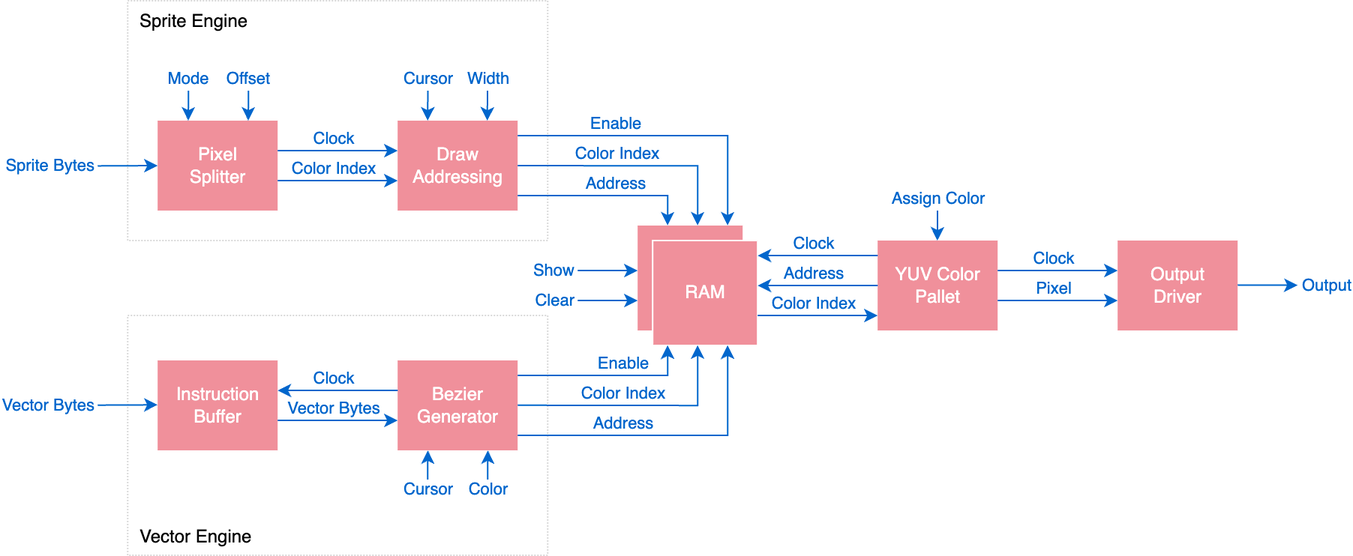
This is source/fpga/docs/graphics-pipeline-architecture.drawio.png from brilliantlabsAR/frame-codebase, a draw.io export, as it was before one commit. Source tidied: cells renumbered, new cells last; positions are measured from the earlier drawing's top-left corner, leaving out a move shared by most shapes. Its diagram source:
```xml
<mxGraphModel>
  <root>
    <mxCell id="0" />
    <mxCell id="1" parent="0" />
    <mxCell id="2" value="Vector Engine" style="rounded=0;whiteSpace=wrap;html=1;strokeColor=#D9D9D9;dashed=1;dashPattern=1 1;verticalAlign=bottom;align=left;spacingLeft=6;spacingBottom=3;" parent="1" vertex="1">
      <mxGeometry x="19.6" y="210" width="280" height="160" as="geometry" />
    </mxCell>
    <mxCell id="3" value="Sprite Engine" style="rounded=0;whiteSpace=wrap;html=1;strokeColor=#D9D9D9;dashed=1;dashPattern=1 1;verticalAlign=top;align=left;spacingLeft=6;" parent="1" vertex="1">
      <mxGeometry x="19.6" width="280" height="160" as="geometry" />
    </mxCell>
    <mxCell id="4" value="Pixel&lt;br&gt;Splitter" style="rounded=0;whiteSpace=wrap;html=1;fillColor=#F0909B;strokeColor=none;fontColor=#FFFFFF;" parent="1" vertex="1">
      <mxGeometry x="39.6" y="80" width="80" height="60" as="geometry" />
    </mxCell>
    <mxCell id="5" value="YUV Color&lt;br&gt;Pallet" style="rounded=0;whiteSpace=wrap;html=1;fillColor=#F0909B;strokeColor=none;fontColor=#FFFFFF;" parent="1" vertex="1">
      <mxGeometry x="519.6" y="160" width="80" height="60" as="geometry" />
    </mxCell>
    <mxCell id="6" value="Draw&lt;br&gt;Addressing" style="rounded=0;whiteSpace=wrap;html=1;fillColor=#F0909B;strokeColor=none;fontColor=#FFFFFF;" parent="1" vertex="1">
      <mxGeometry x="199.6" y="80" width="80" height="60" as="geometry" />
    </mxCell>
    <mxCell id="7" style="endArrow=classic;html=1;rounded=0;fontColor=none;noLabel=1;labelBackgroundColor=none;strokeColor=#0066CC;" parent="1" edge="1">
      <mxGeometry relative="1" as="geometry">
        <mxPoint x="60.2" y="60" as="sourcePoint" />
        <mxPoint x="60" y="80" as="targetPoint" />
      </mxGeometry>
    </mxCell>
    <mxCell id="8" value="Mode" style="edgeLabel;html=1;align=center;verticalAlign=bottom;labelBackgroundColor=default;fontColor=#0066CC;" parent="7" vertex="1">
      <mxGeometry x="0.02" y="1" relative="1" as="geometry">
        <mxPoint x="-1" y="-10" as="offset" />
      </mxGeometry>
    </mxCell>
    <mxCell id="9" style="endArrow=classic;html=1;rounded=0;fontColor=none;noLabel=1;labelBackgroundColor=none;strokeColor=#0066CC;" parent="1" edge="1">
      <mxGeometry relative="1" as="geometry">
        <mxPoint x="119.6" y="120" as="sourcePoint" />
        <mxPoint x="199.6" y="120" as="targetPoint" />
      </mxGeometry>
    </mxCell>
    <mxCell id="10" value="Color Index" style="edgeLabel;html=1;align=center;verticalAlign=bottom;labelBackgroundColor=default;fontColor=#0066CC;" parent="9" vertex="1">
      <mxGeometry x="0.02" y="1" relative="1" as="geometry">
        <mxPoint x="-3" y="1" as="offset" />
      </mxGeometry>
    </mxCell>
    <mxCell id="11" style="endArrow=classic;html=1;rounded=0;fontColor=none;noLabel=1;labelBackgroundColor=none;strokeColor=#0066CC;" parent="1" edge="1">
      <mxGeometry relative="1" as="geometry">
        <mxPoint x="119.6" y="100" as="sourcePoint" />
        <mxPoint x="199.6" y="100" as="targetPoint" />
      </mxGeometry>
    </mxCell>
    <mxCell id="12" value="Clock" style="edgeLabel;html=1;align=center;verticalAlign=bottom;labelBackgroundColor=default;fontColor=#0066CC;" parent="11" vertex="1">
      <mxGeometry x="0.02" y="1" relative="1" as="geometry">
        <mxPoint x="-3" y="1" as="offset" />
      </mxGeometry>
    </mxCell>
    <mxCell id="13" style="endArrow=classic;html=1;rounded=0;fontColor=none;noLabel=1;labelBackgroundColor=none;strokeColor=#0066CC;" parent="1" edge="1">
      <mxGeometry relative="1" as="geometry">
        <mxPoint x="219.8" y="60" as="sourcePoint" />
        <mxPoint x="219.6" y="80" as="targetPoint" />
      </mxGeometry>
    </mxCell>
    <mxCell id="14" value="Cursor" style="edgeLabel;html=1;align=center;verticalAlign=bottom;labelBackgroundColor=default;fontColor=#0066CC;" parent="13" vertex="1">
      <mxGeometry x="0.02" y="1" relative="1" as="geometry">
        <mxPoint x="-1" y="-10" as="offset" />
      </mxGeometry>
    </mxCell>
    <mxCell id="15" style="endArrow=classic;html=1;rounded=0;fontColor=none;noLabel=1;labelBackgroundColor=none;strokeColor=#0066CC;" parent="1" edge="1">
      <mxGeometry relative="1" as="geometry">
        <mxPoint x="259.5" y="60" as="sourcePoint" />
        <mxPoint x="259.4" y="80" as="targetPoint" />
      </mxGeometry>
    </mxCell>
    <mxCell id="16" value="Width" style="edgeLabel;html=1;align=center;verticalAlign=bottom;labelBackgroundColor=default;fontColor=#0066CC;" parent="15" vertex="1">
      <mxGeometry x="0.02" y="1" relative="1" as="geometry">
        <mxPoint x="-1" y="-10" as="offset" />
      </mxGeometry>
    </mxCell>
    <mxCell id="17" style="endArrow=classic;html=1;rounded=0;fontColor=none;noLabel=1;labelBackgroundColor=none;strokeColor=#0066CC;" parent="1" edge="1">
      <mxGeometry relative="1" as="geometry">
        <mxPoint x="279.6" y="130" as="sourcePoint" />
        <mxPoint x="379.6" y="150" as="targetPoint" />
        <Array as="points">
          <mxPoint x="379.6" y="130" />
        </Array>
      </mxGeometry>
    </mxCell>
    <mxCell id="18" value="Address" style="edgeLabel;html=1;align=center;verticalAlign=bottom;labelBackgroundColor=default;fontColor=#0066CC;" parent="17" vertex="1">
      <mxGeometry x="0.02" y="1" relative="1" as="geometry">
        <mxPoint x="4" y="1" as="offset" />
      </mxGeometry>
    </mxCell>
    <mxCell id="19" style="endArrow=classic;html=1;rounded=0;fontColor=none;noLabel=1;labelBackgroundColor=none;strokeColor=#0066CC;" parent="1" edge="1">
      <mxGeometry relative="1" as="geometry">
        <mxPoint x="279.6" y="110" as="sourcePoint" />
        <mxPoint x="399.6" y="150" as="targetPoint" />
        <Array as="points">
          <mxPoint x="399.6" y="110.2" />
        </Array>
      </mxGeometry>
    </mxCell>
    <mxCell id="20" value="Color Index" style="edgeLabel;html=1;align=center;verticalAlign=bottom;labelBackgroundColor=default;fontColor=#0066CC;" parent="19" vertex="1">
      <mxGeometry x="0.02" y="1" relative="1" as="geometry">
        <mxPoint x="-16" y="1" as="offset" />
      </mxGeometry>
    </mxCell>
    <mxCell id="21" style="endArrow=classic;html=1;rounded=0;fontColor=none;noLabel=1;labelBackgroundColor=none;strokeColor=#0066CC;" parent="1" edge="1">
      <mxGeometry relative="1" as="geometry">
        <mxPoint x="279.6" y="90" as="sourcePoint" />
        <mxPoint x="419.6" y="150" as="targetPoint" />
        <Array as="points">
          <mxPoint x="419.6" y="90" />
        </Array>
      </mxGeometry>
    </mxCell>
    <mxCell id="22" value="Enable" style="edgeLabel;html=1;align=center;verticalAlign=bottom;labelBackgroundColor=default;fontColor=#0066CC;" parent="21" vertex="1">
      <mxGeometry x="0.02" y="1" relative="1" as="geometry">
        <mxPoint x="-37" y="1" as="offset" />
      </mxGeometry>
    </mxCell>
    <mxCell id="23" style="rounded=0;whiteSpace=wrap;html=1;fillColor=#F0909B;strokeColor=none;fontColor=#FFFFFF;" parent="1" vertex="1">
      <mxGeometry x="359.6" y="150" width="70" height="70" as="geometry" />
    </mxCell>
    <mxCell id="24" value="RAM" style="rounded=0;whiteSpace=wrap;html=1;fillColor=#F0909B;strokeColor=#FFFFFF;fontColor=#FFFFFF;labelBorderColor=none;" parent="1" vertex="1">
      <mxGeometry x="369.6" y="160" width="70" height="70" as="geometry" />
    </mxCell>
    <mxCell id="25" style="endArrow=none;html=1;rounded=0;fontColor=none;noLabel=1;labelBackgroundColor=none;strokeColor=#0066CC;startArrow=classic;startFill=1;endFill=0;" parent="1" edge="1">
      <mxGeometry relative="1" as="geometry">
        <mxPoint x="439.6" y="170" as="sourcePoint" />
        <mxPoint x="519.6" y="170" as="targetPoint" />
      </mxGeometry>
    </mxCell>
    <mxCell id="26" value="Clock" style="edgeLabel;html=1;align=center;verticalAlign=bottom;labelBackgroundColor=default;fontColor=#0066CC;" parent="25" vertex="1">
      <mxGeometry x="0.02" y="1" relative="1" as="geometry">
        <mxPoint x="-3" y="1" as="offset" />
      </mxGeometry>
    </mxCell>
    <mxCell id="27" style="endArrow=classic;html=1;rounded=0;fontColor=none;noLabel=1;labelBackgroundColor=none;strokeColor=#0066CC;" parent="1" edge="1">
      <mxGeometry relative="1" as="geometry">
        <mxPoint x="439.6" y="210" as="sourcePoint" />
        <mxPoint x="519.6" y="210" as="targetPoint" />
      </mxGeometry>
    </mxCell>
    <mxCell id="28" value="Color Index" style="edgeLabel;html=1;align=center;verticalAlign=bottom;labelBackgroundColor=default;fontColor=#0066CC;" parent="27" vertex="1">
      <mxGeometry x="0.02" y="1" relative="1" as="geometry">
        <mxPoint x="-3" y="1" as="offset" />
      </mxGeometry>
    </mxCell>
    <mxCell id="29" style="endArrow=none;html=1;rounded=0;fontColor=none;noLabel=1;labelBackgroundColor=none;strokeColor=#0066CC;endFill=0;startArrow=classic;startFill=1;" parent="1" edge="1">
      <mxGeometry relative="1" as="geometry">
        <mxPoint x="439.6" y="190" as="sourcePoint" />
        <mxPoint x="519.6" y="190" as="targetPoint" />
      </mxGeometry>
    </mxCell>
    <mxCell id="30" value="Address" style="edgeLabel;html=1;align=center;verticalAlign=bottom;labelBackgroundColor=default;fontColor=#0066CC;" parent="29" vertex="1">
      <mxGeometry x="0.02" y="1" relative="1" as="geometry">
        <mxPoint x="-3" y="1" as="offset" />
      </mxGeometry>
    </mxCell>
    <mxCell id="31" value="Output&lt;br&gt;Driver" style="rounded=0;whiteSpace=wrap;html=1;fillColor=#F0909B;strokeColor=none;fontColor=#FFFFFF;" parent="1" vertex="1">
      <mxGeometry x="679.6" y="160" width="80" height="60" as="geometry" />
    </mxCell>
    <mxCell id="32" style="endArrow=classic;html=1;rounded=0;fontColor=none;noLabel=1;labelBackgroundColor=none;strokeColor=#0066CC;" parent="1" edge="1">
      <mxGeometry relative="1" as="geometry">
        <mxPoint x="599.6" y="180" as="sourcePoint" />
        <mxPoint x="679.6" y="180" as="targetPoint" />
      </mxGeometry>
    </mxCell>
    <mxCell id="33" value="Clock" style="edgeLabel;html=1;align=center;verticalAlign=bottom;labelBackgroundColor=default;fontColor=#0066CC;" parent="32" vertex="1">
      <mxGeometry x="0.02" y="1" relative="1" as="geometry">
        <mxPoint x="-3" y="1" as="offset" />
      </mxGeometry>
    </mxCell>
    <mxCell id="34" style="endArrow=classic;html=1;rounded=0;fontColor=none;noLabel=1;labelBackgroundColor=none;strokeColor=#0066CC;" parent="1" edge="1">
      <mxGeometry relative="1" as="geometry">
        <mxPoint x="599.6" y="200" as="sourcePoint" />
        <mxPoint x="679.6" y="200" as="targetPoint" />
      </mxGeometry>
    </mxCell>
    <mxCell id="35" value="Pixel" style="edgeLabel;html=1;align=center;verticalAlign=bottom;labelBackgroundColor=default;fontColor=#0066CC;" parent="34" vertex="1">
      <mxGeometry x="0.02" y="1" relative="1" as="geometry">
        <mxPoint x="-3" y="1" as="offset" />
      </mxGeometry>
    </mxCell>
    <mxCell id="36" style="endArrow=classic;html=1;rounded=0;fontColor=none;noLabel=1;labelBackgroundColor=none;strokeColor=#0066CC;" parent="1" edge="1">
      <mxGeometry relative="1" as="geometry">
        <mxPoint x="559.6" y="140" as="sourcePoint" />
        <mxPoint x="559.4" y="160" as="targetPoint" />
      </mxGeometry>
    </mxCell>
    <mxCell id="37" value="Assign Color" style="edgeLabel;html=1;align=center;verticalAlign=bottom;labelBackgroundColor=default;fontColor=#0066CC;" parent="36" vertex="1">
      <mxGeometry x="0.02" y="1" relative="1" as="geometry">
        <mxPoint x="-1" y="-10" as="offset" />
      </mxGeometry>
    </mxCell>
    <mxCell id="38" value="Instruction&lt;br&gt;Buffer" style="rounded=0;whiteSpace=wrap;html=1;fillColor=#F0909B;strokeColor=none;fontColor=#FFFFFF;" parent="1" vertex="1">
      <mxGeometry x="39.6" y="240" width="80" height="60" as="geometry" />
    </mxCell>
    <mxCell id="39" value="Bezier&lt;br&gt;Generator" style="rounded=0;whiteSpace=wrap;html=1;fillColor=#F0909B;strokeColor=none;fontColor=#FFFFFF;" parent="1" vertex="1">
      <mxGeometry x="199.6" y="240" width="80" height="60" as="geometry" />
    </mxCell>
    <mxCell id="40" style="endArrow=classic;html=1;rounded=0;fontColor=none;noLabel=1;labelBackgroundColor=none;strokeColor=#0066CC;" parent="1" edge="1">
      <mxGeometry relative="1" as="geometry">
        <mxPoint x="319.6" y="180" as="sourcePoint" />
        <mxPoint x="359.6" y="180" as="targetPoint" />
      </mxGeometry>
    </mxCell>
    <mxCell id="41" value="Show" style="edgeLabel;html=1;align=right;verticalAlign=middle;labelBackgroundColor=default;fontColor=#0066CC;" parent="40" vertex="1">
      <mxGeometry x="0.02" y="1" relative="1" as="geometry">
        <mxPoint x="-22" y="1" as="offset" />
      </mxGeometry>
    </mxCell>
    <mxCell id="42" style="endArrow=classic;html=1;rounded=0;fontColor=none;noLabel=1;labelBackgroundColor=none;strokeColor=#0066CC;" parent="1" edge="1">
      <mxGeometry relative="1" as="geometry">
        <mxPoint x="319.6" y="200" as="sourcePoint" />
        <mxPoint x="359.6" y="200" as="targetPoint" />
      </mxGeometry>
    </mxCell>
    <mxCell id="43" value="Clear" style="edgeLabel;html=1;align=right;verticalAlign=middle;labelBackgroundColor=default;fontColor=#0066CC;" parent="42" vertex="1">
      <mxGeometry x="0.02" y="1" relative="1" as="geometry">
        <mxPoint x="-22" y="1" as="offset" />
      </mxGeometry>
    </mxCell>
    <mxCell id="44" style="endArrow=classic;html=1;rounded=0;fontColor=none;noLabel=1;labelBackgroundColor=none;strokeColor=#0066CC;" parent="1" edge="1">
      <mxGeometry relative="1" as="geometry">
        <mxPoint x="279.6" y="290" as="sourcePoint" />
        <mxPoint x="419.6" y="230" as="targetPoint" />
        <Array as="points">
          <mxPoint x="419.6" y="290" />
        </Array>
      </mxGeometry>
    </mxCell>
    <mxCell id="45" value="Address" style="edgeLabel;html=1;align=center;verticalAlign=bottom;labelBackgroundColor=default;fontColor=#0066CC;" parent="44" vertex="1">
      <mxGeometry x="0.02" y="1" relative="1" as="geometry">
        <mxPoint x="-32" y="1" as="offset" />
      </mxGeometry>
    </mxCell>
    <mxCell id="46" style="endArrow=classic;html=1;rounded=0;fontColor=none;noLabel=1;labelBackgroundColor=none;strokeColor=#0066CC;" parent="1" edge="1">
      <mxGeometry relative="1" as="geometry">
        <mxPoint x="279.6" y="269.9" as="sourcePoint" />
        <mxPoint x="399.6" y="229.9" as="targetPoint" />
        <Array as="points">
          <mxPoint x="399.6" y="270.1" />
        </Array>
      </mxGeometry>
    </mxCell>
    <mxCell id="47" value="Color Index" style="edgeLabel;html=1;align=center;verticalAlign=bottom;labelBackgroundColor=default;fontColor=#0066CC;" parent="46" vertex="1">
      <mxGeometry x="0.02" y="1" relative="1" as="geometry">
        <mxPoint x="-12" y="1" as="offset" />
      </mxGeometry>
    </mxCell>
    <mxCell id="48" style="endArrow=classic;html=1;rounded=0;fontColor=none;noLabel=1;labelBackgroundColor=none;strokeColor=#0066CC;" parent="1" edge="1">
      <mxGeometry relative="1" as="geometry">
        <mxPoint x="279.6" y="250" as="sourcePoint" />
        <mxPoint x="379.6" y="230" as="targetPoint" />
        <Array as="points">
          <mxPoint x="379.6" y="250" />
        </Array>
      </mxGeometry>
    </mxCell>
    <mxCell id="49" value="Enable" style="edgeLabel;html=1;align=center;verticalAlign=bottom;labelBackgroundColor=default;fontColor=#0066CC;" parent="48" vertex="1">
      <mxGeometry x="0.02" y="1" relative="1" as="geometry">
        <mxPoint x="9" y="1" as="offset" />
      </mxGeometry>
    </mxCell>
    <mxCell id="50" style="endArrow=classic;html=1;rounded=0;fontColor=none;noLabel=1;labelBackgroundColor=none;strokeColor=#0066CC;" parent="1" edge="1">
      <mxGeometry relative="1" as="geometry">
        <mxPoint x="-0.4" y="110.2" as="sourcePoint" />
        <mxPoint x="39.6" y="110" as="targetPoint" />
      </mxGeometry>
    </mxCell>
    <mxCell id="51" value="Sprite Bytes" style="edgeLabel;html=1;align=right;verticalAlign=middle;labelBackgroundColor=default;fontColor=#0066CC;" parent="50" vertex="1">
      <mxGeometry x="0.02" y="1" relative="1" as="geometry">
        <mxPoint x="-22" y="1" as="offset" />
      </mxGeometry>
    </mxCell>
    <mxCell id="52" style="endArrow=classic;html=1;rounded=0;fontColor=none;noLabel=1;labelBackgroundColor=none;strokeColor=#0066CC;" parent="1" edge="1">
      <mxGeometry relative="1" as="geometry">
        <mxPoint x="-0.4" y="269.8" as="sourcePoint" />
        <mxPoint x="39.6" y="269.6" as="targetPoint" />
      </mxGeometry>
    </mxCell>
    <mxCell id="53" value="Vector Bytes" style="edgeLabel;html=1;align=right;verticalAlign=middle;labelBackgroundColor=default;fontColor=#0066CC;" parent="52" vertex="1">
      <mxGeometry x="0.02" y="1" relative="1" as="geometry">
        <mxPoint x="-22" y="1" as="offset" />
      </mxGeometry>
    </mxCell>
    <mxCell id="54" style="endArrow=classic;html=1;rounded=0;fontColor=none;noLabel=1;labelBackgroundColor=none;strokeColor=#0066CC;" parent="1" edge="1">
      <mxGeometry relative="1" as="geometry">
        <mxPoint x="119.6" y="280" as="sourcePoint" />
        <mxPoint x="199.6" y="280" as="targetPoint" />
      </mxGeometry>
    </mxCell>
    <mxCell id="55" value="Vector Bytes" style="edgeLabel;html=1;align=center;verticalAlign=bottom;labelBackgroundColor=default;fontColor=#0066CC;" parent="54" vertex="1">
      <mxGeometry x="0.02" y="1" relative="1" as="geometry">
        <mxPoint x="-3" y="1" as="offset" />
      </mxGeometry>
    </mxCell>
    <mxCell id="56" style="endArrow=none;html=1;rounded=0;fontColor=none;noLabel=1;labelBackgroundColor=none;strokeColor=#0066CC;startArrow=classic;startFill=1;endFill=0;" parent="1" edge="1">
      <mxGeometry relative="1" as="geometry">
        <mxPoint x="119.6" y="260" as="sourcePoint" />
        <mxPoint x="199.6" y="260" as="targetPoint" />
      </mxGeometry>
    </mxCell>
    <mxCell id="57" value="Clock" style="edgeLabel;html=1;align=center;verticalAlign=bottom;labelBackgroundColor=default;fontColor=#0066CC;" parent="56" vertex="1">
      <mxGeometry x="0.02" y="1" relative="1" as="geometry">
        <mxPoint x="-3" y="1" as="offset" />
      </mxGeometry>
    </mxCell>
    <mxCell id="58" style="endArrow=none;html=1;rounded=0;fontColor=none;noLabel=1;labelBackgroundColor=none;strokeColor=#0066CC;startArrow=classic;startFill=1;endFill=0;" parent="1" edge="1">
      <mxGeometry relative="1" as="geometry">
        <mxPoint x="259.8" y="300" as="sourcePoint" />
        <mxPoint x="259.6" y="320" as="targetPoint" />
      </mxGeometry>
    </mxCell>
    <mxCell id="59" value="Color" style="edgeLabel;html=1;align=center;verticalAlign=top;labelBackgroundColor=default;fontColor=#0066CC;" parent="58" vertex="1">
      <mxGeometry x="0.02" y="1" relative="1" as="geometry">
        <mxPoint x="-1" y="3" as="offset" />
      </mxGeometry>
    </mxCell>
    <mxCell id="60" style="endArrow=none;html=1;rounded=0;fontColor=none;noLabel=1;labelBackgroundColor=none;strokeColor=#0066CC;startArrow=classic;startFill=1;endFill=0;" parent="1" edge="1">
      <mxGeometry relative="1" as="geometry">
        <mxPoint x="219.8" y="300" as="sourcePoint" />
        <mxPoint x="219.6" y="320" as="targetPoint" />
      </mxGeometry>
    </mxCell>
    <mxCell id="61" value="Cursor" style="edgeLabel;html=1;align=center;verticalAlign=top;labelBackgroundColor=default;fontColor=#0066CC;" parent="60" vertex="1">
      <mxGeometry x="0.02" y="1" relative="1" as="geometry">
        <mxPoint x="-1" y="3" as="offset" />
      </mxGeometry>
    </mxCell>
    <mxCell id="62" style="endArrow=classic;html=1;rounded=0;fontColor=none;noLabel=1;labelBackgroundColor=none;strokeColor=#0066CC;" parent="1" edge="1">
      <mxGeometry relative="1" as="geometry">
        <mxPoint x="759.6" y="189.7" as="sourcePoint" />
        <mxPoint x="799.6" y="189.7" as="targetPoint" />
      </mxGeometry>
    </mxCell>
    <mxCell id="63" value="Output" style="edgeLabel;html=1;align=left;verticalAlign=middle;labelBackgroundColor=default;fontColor=#0066CC;" parent="62" vertex="1">
      <mxGeometry x="0.02" y="1" relative="1" as="geometry">
        <mxPoint x="21" y="1" as="offset" />
      </mxGeometry>
    </mxCell>
    <mxCell id="64" style="endArrow=classic;html=1;rounded=0;fontColor=none;noLabel=1;labelBackgroundColor=none;strokeColor=#0066CC;" parent="1" edge="1">
      <mxGeometry relative="1" as="geometry">
        <mxPoint x="100.2" y="60" as="sourcePoint" />
        <mxPoint x="100" y="80" as="targetPoint" />
      </mxGeometry>
    </mxCell>
    <mxCell id="65" value="Offset" style="edgeLabel;html=1;align=center;verticalAlign=bottom;labelBackgroundColor=default;fontColor=#0066CC;" parent="64" vertex="1">
      <mxGeometry x="0.02" y="1" relative="1" as="geometry">
        <mxPoint x="-1" y="-10" as="offset" />
      </mxGeometry>
    </mxCell>
  </root>
</mxGraphModel>
```
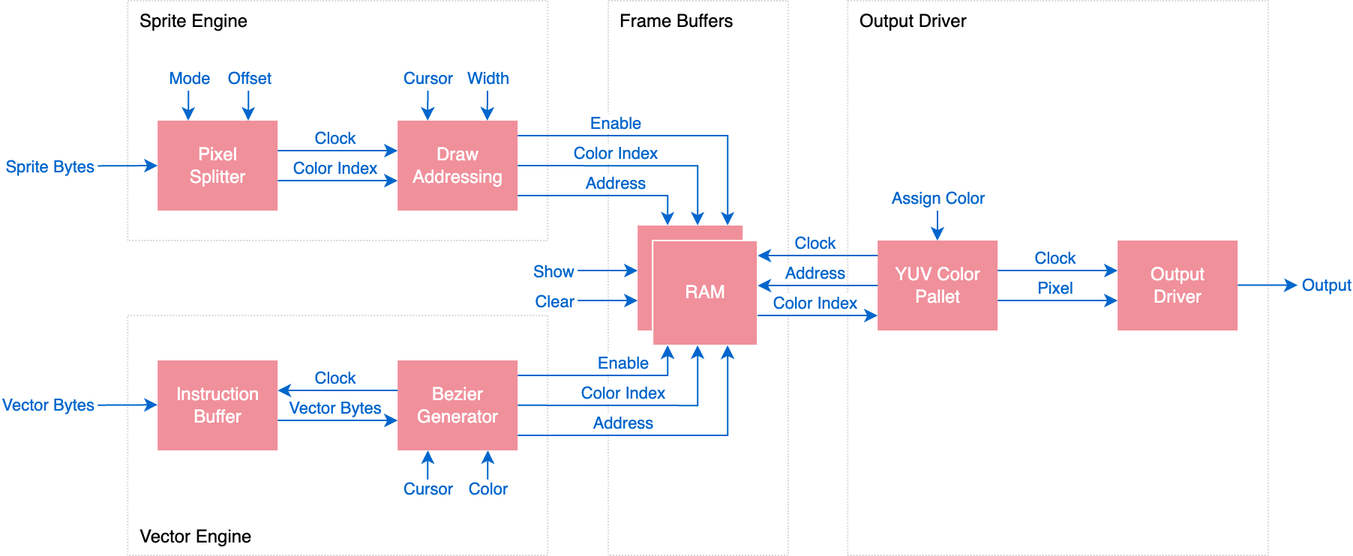
Above is the later version.

The edit, as a diff of the source:
```diff
@@ -2,6 +2,12 @@
   <root>
     <mxCell id="0" />
     <mxCell id="1" parent="0" />
+    <mxCell id="66" value="Output Driver" style="rounded=0;whiteSpace=wrap;html=1;strokeColor=#D9D9D9;dashed=1;dashPattern=1 1;verticalAlign=top;align=left;spacingLeft=6;" parent="1" vertex="1">
+      <mxGeometry x="499.6" width="280.4" height="370" as="geometry" />
+    </mxCell>
+    <mxCell id="67" value="Frame Buffers" style="rounded=0;whiteSpace=wrap;html=1;strokeColor=#D9D9D9;dashed=1;dashPattern=1 1;verticalAlign=top;align=left;spacingLeft=6;" parent="1" vertex="1">
+      <mxGeometry x="340" width="120" height="370" as="geometry" />
+    </mxCell>
     <mxCell id="2" value="Vector Engine" style="rounded=0;whiteSpace=wrap;html=1;strokeColor=#D9D9D9;dashed=1;dashPattern=1 1;verticalAlign=bottom;align=left;spacingLeft=6;spacingBottom=3;" parent="1" vertex="1">
       <mxGeometry x="19.6" y="210" width="280" height="160" as="geometry" />
     </mxCell>
```
